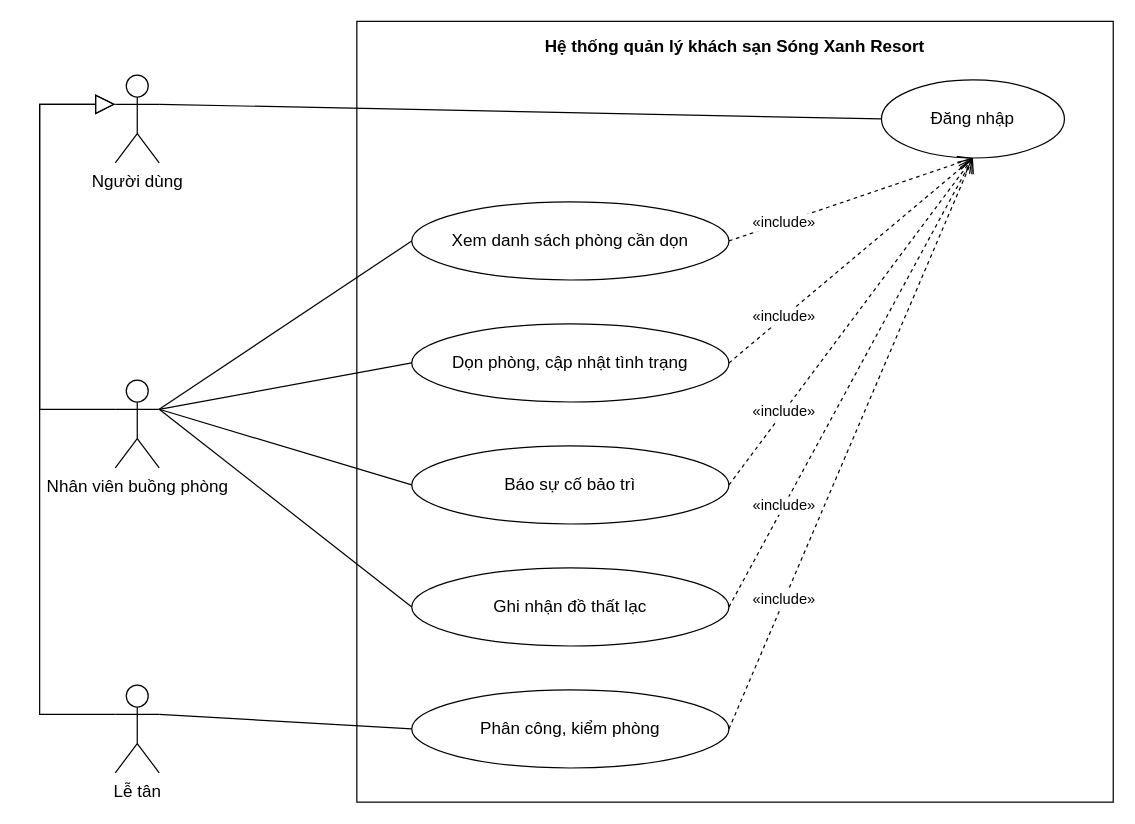
Above: docs/use-case/ucn3-buong-phong.drawio in ngynquchn2511/beach-hotel (draw.io), before the change. Source tidied: cells renumbered, new cells numbered last; positions are measured from the earlier drawing's top-left corner, leaving out a move shared by most shapes. Both pictures are drawn from the tidied source at 122%, with x=0, y=0 at pixel (39, 21).
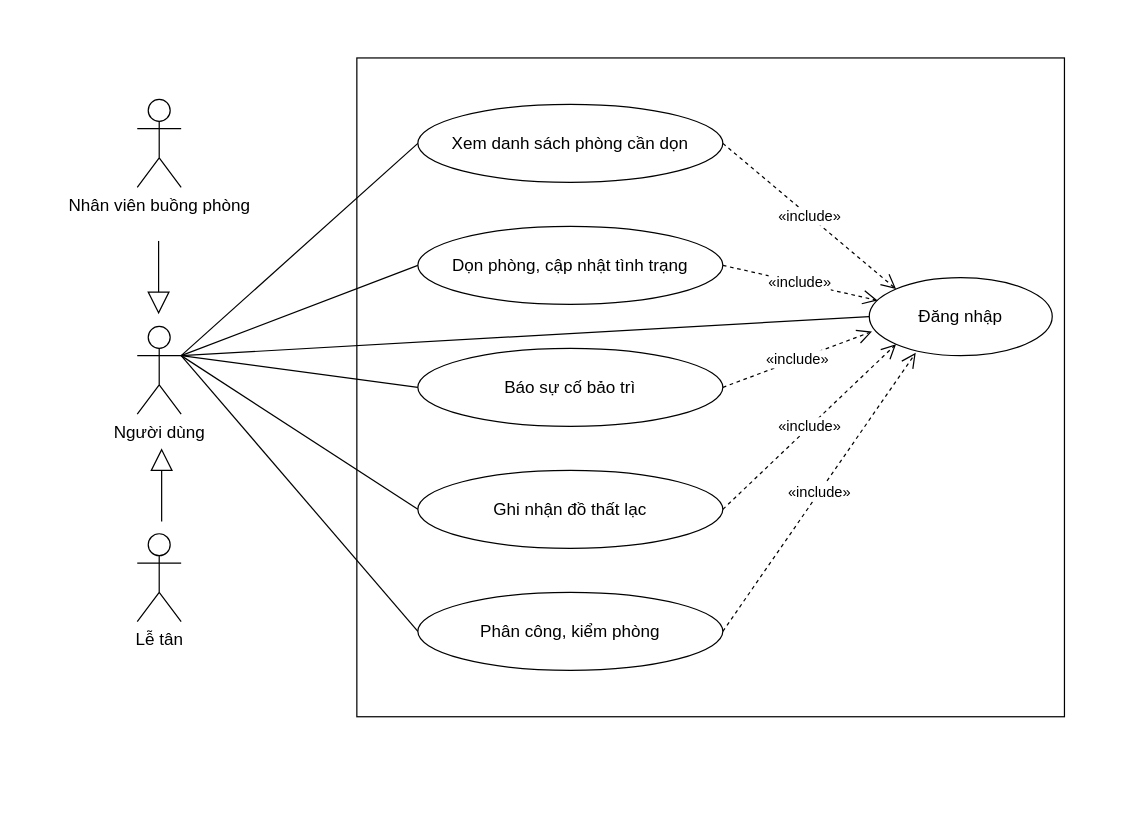
The same diagram, later.

Change to the diagram source:
```diff
@@
-    <mxCell id="2" value="Hệ thống quản lý khách sạn Sóng Xanh Resort" style="fontFamily=Arial;fontColor=#000000;rounded=0;whiteSpace=wrap;html=1;verticalAlign=top;fontStyle=1;fontSize=14;fillColor=none;strokeColor=#000000;spacingTop=6;" parent="1" vertex="1">
-      <mxGeometry x="260" width="620" height="640" as="geometry" />
+    <mxCell id="2" style="fontFamily=Arial;fontColor=#000000;rounded=0;whiteSpace=wrap;html=1;verticalAlign=top;fontStyle=1;fontSize=14;fillColor=none;strokeColor=#000000;spacingTop=6;" parent="1" vertex="1">
+      <mxGeometry x="260" y="30" width="580" height="540" as="geometry" />
     </mxCell>
     <mxCell id="3" value="Xem danh sách phòng cần dọn" style="fontFamily=Arial;fontColor=#000000;ellipse;whiteSpace=wrap;html=1;fillColor=#FFFFFF;strokeColor=#000000;fontSize=14;" parent="1" vertex="1">
-      <mxGeometry x="305" y="148" width="260" height="64" as="geometry" />
+      <mxGeometry x="310" y="68" width="250" height="64" as="geometry" />
     </mxCell>
     <mxCell id="4" value="Dọn phòng, cập nhật tình trạng" style="fontFamily=Arial;fontColor=#000000;ellipse;whiteSpace=wrap;html=1;fillColor=#FFFFFF;strokeColor=#000000;fontSize=14;" parent="1" vertex="1">
-      <mxGeometry x="305" y="248" width="260" height="64" as="geometry" />
+      <mxGeometry x="310" y="168" width="250" height="64" as="geometry" />
     </mxCell>
     <mxCell id="5" value="Báo sự cố bảo trì" style="fontFamily=Arial;fontColor=#000000;ellipse;whiteSpace=wrap;html=1;fillColor=#FFFFFF;strokeColor=#000000;fontSize=14;" parent="1" vertex="1">
-      <mxGeometry x="305" y="348" width="260" height="64" as="geometry" />
+      <mxGeometry x="310" y="268" width="250" height="64" as="geometry" />
     </mxCell>
     <mxCell id="6" value="Ghi nhận đồ thất lạc" style="fontFamily=Arial;fontColor=#000000;ellipse;whiteSpace=wrap;html=1;fillColor=#FFFFFF;strokeColor=#000000;fontSize=14;" parent="1" vertex="1">
-      <mxGeometry x="305" y="448" width="260" height="64" as="geometry" />
+      <mxGeometry x="310" y="368" width="250" height="64" as="geometry" />
     </mxCell>
     <mxCell id="7" value="Phân công, kiểm phòng" style="fontFamily=Arial;fontColor=#000000;ellipse;whiteSpace=wrap;html=1;fillColor=#FFFFFF;strokeColor=#000000;fontSize=14;" parent="1" vertex="1">
-      <mxGeometry x="305" y="548" width="260" height="64" as="geometry" />
+      <mxGeometry x="310" y="468" width="250" height="64" as="geometry" />
     </mxCell>
     <mxCell id="8" value="Đăng nhập" style="fontFamily=Arial;fontColor=#000000;ellipse;whiteSpace=wrap;html=1;fillColor=#FFFFFF;strokeColor=#000000;fontSize=14;" parent="1" vertex="1">
-      <mxGeometry x="690" y="48" width="150" height="64" as="geometry" />
+      <mxGeometry x="680" y="210" width="150" height="64" as="geometry" />
     </mxCell>
+    <mxCell id="25" value="«include»" style="fontFamily=Arial;fontColor=#000000;endArrow=open;endSize=10;dashed=1;html=1;strokeColor=#000000;rounded=0;fontSize=12;labelBackgroundColor=#FFFFFF;exitX=1;exitY=0.5;exitDx=0;exitDy=0;exitPerimeter=0;entryX=0;entryY=0;entryDx=0;entryDy=0;" parent="1" edge="1" source="3" target="8">
+      <mxGeometry relative="1" as="geometry" />
+    </mxCell>
     <mxCell id="9" value="Người dùng" style="fontFamily=Arial;fontColor=#000000;shape=umlActor;verticalLabelPosition=bottom;verticalAlign=top;html=1;outlineConnect=0;fillColor=#FFFFFF;strokeColor=#000000;fontSize=14;" parent="1" vertex="1">
-      <mxGeometry x="62" y="44" width="36" height="72" as="geometry" />
+      <mxGeometry x="80" y="250" width="36" height="72" as="geometry" />
     </mxCell>
-    <mxCell id="10" style="fontFamily=Arial;fontColor=#000000;endArrow=none;html=1;strokeColor=#000000;rounded=0;exitX=1;exitY=0.333;exitDx=0;exitDy=0;exitPerimeter=0;entryX=0;entryY=0.5;entryDx=0;entryDy=0;entryPerimeter=0;" parent="1" edge="1" source="9" target="8">
-      <mxGeometry relative="1" as="geometry" />
-    </mxCell>
-    <mxCell id="11" value="Nhân viên buồng phòng" style="fontFamily=Arial;fontColor=#000000;shape=umlActor;verticalLabelPosition=bottom;verticalAlign=top;html=1;outlineConnect=0;fillColor=#FFFFFF;strokeColor=#000000;fontSize=14;" parent="1" vertex="1">
-      <mxGeometry x="62" y="294" width="36" height="72" as="geometry" />
-    </mxCell>
     <mxCell id="12" value="Lễ tân" style="fontFamily=Arial;fontColor=#000000;shape=umlActor;verticalLabelPosition=bottom;verticalAlign=top;html=1;outlineConnect=0;fillColor=#FFFFFF;strokeColor=#000000;fontSize=14;" parent="1" vertex="1">
-      <mxGeometry x="62" y="544" width="36" height="72" as="geometry" />
+      <mxGeometry x="80" y="420" width="36" height="72" as="geometry" />
     </mxCell>
-    <mxCell id="13" style="fontFamily=Arial;fontColor=#000000;endArrow=none;html=1;strokeColor=#000000;rounded=0;exitX=1;exitY=0.333;exitDx=0;exitDy=0;exitPerimeter=0;entryX=0;entryY=0.5;entryDx=0;entryDy=0;entryPerimeter=0;" parent="1" edge="1" source="11" target="3">
-      <mxGeometry relative="1" as="geometry" />
-    </mxCell>
-    <mxCell id="14" style="fontFamily=Arial;fontColor=#000000;endArrow=none;html=1;strokeColor=#000000;rounded=0;exitX=1;exitY=0.333;exitDx=0;exitDy=0;exitPerimeter=0;entryX=0;entryY=0.5;entryDx=0;entryDy=0;entryPerimeter=0;" parent="1" edge="1" source="11" target="4">
-      <mxGeometry relative="1" as="geometry" />
-    </mxCell>
-    <mxCell id="15" style="fontFamily=Arial;fontColor=#000000;endArrow=none;html=1;strokeColor=#000000;rounded=0;exitX=1;exitY=0.333;exitDx=0;exitDy=0;exitPerimeter=0;entryX=0;entryY=0.5;entryDx=0;entryDy=0;entryPerimeter=0;" parent="1" edge="1" source="11" target="5">
-      <mxGeometry relative="1" as="geometry" />
-    </mxCell>
-    <mxCell id="16" style="fontFamily=Arial;fontColor=#000000;endArrow=none;html=1;strokeColor=#000000;rounded=0;exitX=1;exitY=0.333;exitDx=0;exitDy=0;exitPerimeter=0;entryX=0;entryY=0.5;entryDx=0;entryDy=0;entryPerimeter=0;" parent="1" edge="1" source="11" target="6">
-      <mxGeometry relative="1" as="geometry" />
-    </mxCell>
-    <mxCell id="17" style="fontFamily=Arial;fontColor=#000000;endArrow=none;html=1;strokeColor=#000000;rounded=0;exitX=1;exitY=0.333;exitDx=0;exitDy=0;exitPerimeter=0;entryX=0;entryY=0.5;entryDx=0;entryDy=0;entryPerimeter=0;" parent="1" edge="1" source="12" target="7">
+    <mxCell id="17" style="fontFamily=Arial;fontColor=#000000;endArrow=none;html=1;strokeColor=#000000;rounded=0;entryX=0;entryY=0.5;entryDx=0;entryDy=0;exitX=1;exitY=0.3333333333333333;exitDx=0;exitDy=0;exitPerimeter=0;" parent="1" edge="1" source="9" target="3">
       <mxGeometry relative="1" as="geometry" />
     </mxCell>
-    <mxCell id="18" style="fontFamily=Arial;fontColor=#000000;endArrow=block;endSize=14;endFill=0;html=1;strokeColor=#000000;rounded=0;exitX=0;exitY=0.333;exitDx=0;exitDy=0;exitPerimeter=0;entryX=0;entryY=0.333;entryDx=0;entryDy=0;entryPerimeter=0;" parent="1" edge="1" source="11" target="9">
-      <mxGeometry relative="1" as="geometry">
-        <Array as="points">
-          <mxPoint y="318" />
-          <mxPoint y="68" />
-        </Array>
-      </mxGeometry>
+    <mxCell id="18" style="fontFamily=Arial;fontColor=#000000;endArrow=none;html=1;strokeColor=#000000;rounded=0;entryX=0;entryY=0.5;entryDx=0;entryDy=0;exitX=1;exitY=0.3333333333333333;exitDx=0;exitDy=0;exitPerimeter=0;" parent="1" edge="1" source="9" target="4">
+      <mxGeometry relative="1" as="geometry" />
     </mxCell>
-    <mxCell id="19" style="fontFamily=Arial;fontColor=#000000;endArrow=block;endSize=14;endFill=0;html=1;strokeColor=#000000;rounded=0;exitX=0;exitY=0.333;exitDx=0;exitDy=0;exitPerimeter=0;entryX=0;entryY=0.333;entryDx=0;entryDy=0;entryPerimeter=0;" parent="1" edge="1" source="12" target="9">
-      <mxGeometry relative="1" as="geometry">
-        <Array as="points">
-          <mxPoint y="568" />
-          <mxPoint y="68" />
-        </Array>
-      </mxGeometry>
+    <mxCell id="19" style="fontFamily=Arial;fontColor=#000000;endArrow=none;html=1;strokeColor=#000000;rounded=0;entryX=0;entryY=0.5;entryDx=0;entryDy=0;exitX=1;exitY=0.3333333333333333;exitDx=0;exitDy=0;exitPerimeter=0;" parent="1" edge="1" source="9" target="5">
+      <mxGeometry relative="1" as="geometry" />
     </mxCell>
-    <mxCell id="20" value="«include»" style="fontFamily=Arial;fontColor=#000000;endArrow=open;endSize=10;dashed=1;html=1;strokeColor=#000000;rounded=0;fontSize=12;labelBackgroundColor=#FFFFFF;exitX=1;exitY=0.5;exitDx=0;exitDy=0;exitPerimeter=0;entryX=0.5;entryY=1;entryDx=0;entryDy=0;entryPerimeter=0;" parent="1" edge="1" source="3" target="8">
-      <mxGeometry x="-0.55" relative="1" as="geometry" />
+    <mxCell id="20" style="fontFamily=Arial;fontColor=#000000;endArrow=none;html=1;strokeColor=#000000;rounded=0;entryX=0;entryY=0.5;entryDx=0;entryDy=0;exitX=1;exitY=0.3333333333333333;exitDx=0;exitDy=0;exitPerimeter=0;" parent="1" edge="1" source="9" target="6">
+      <mxGeometry relative="1" as="geometry" />
     </mxCell>
-    <mxCell id="21" value="«include»" style="fontFamily=Arial;fontColor=#000000;endArrow=open;endSize=10;dashed=1;html=1;strokeColor=#000000;rounded=0;fontSize=12;labelBackgroundColor=#FFFFFF;exitX=1;exitY=0.5;exitDx=0;exitDy=0;exitPerimeter=0;entryX=0.5;entryY=1;entryDx=0;entryDy=0;entryPerimeter=0;" parent="1" edge="1" source="4" target="8">
-      <mxGeometry x="-0.55" relative="1" as="geometry" />
+    <mxCell id="21" value="«include»" style="fontFamily=Arial;fontColor=#000000;endArrow=open;endSize=10;dashed=1;html=1;strokeColor=#000000;rounded=0;fontSize=12;labelBackgroundColor=#FFFFFF;exitX=1;exitY=0.5;exitDx=0;exitDy=0;entryX=0.046;entryY=0.294;entryDx=0;entryDy=0;entryPerimeter=0;" parent="1" edge="1" source="4" target="8">
+      <mxGeometry relative="1" as="geometry" />
     </mxCell>
-    <mxCell id="22" value="«include»" style="fontFamily=Arial;fontColor=#000000;endArrow=open;endSize=10;dashed=1;html=1;strokeColor=#000000;rounded=0;fontSize=12;labelBackgroundColor=#FFFFFF;exitX=1;exitY=0.5;exitDx=0;exitDy=0;exitPerimeter=0;entryX=0.5;entryY=1;entryDx=0;entryDy=0;entryPerimeter=0;" parent="1" edge="1" source="5" target="8">
-      <mxGeometry x="-0.55" relative="1" as="geometry" />
+    <mxCell id="22" value="«include»" style="fontFamily=Arial;fontColor=#000000;endArrow=open;endSize=10;dashed=1;html=1;strokeColor=#000000;rounded=0;fontSize=12;labelBackgroundColor=#FFFFFF;exitX=1;exitY=0.5;exitDx=0;exitDy=0;entryX=0.015;entryY=0.692;entryDx=0;entryDy=0;entryPerimeter=0;" parent="1" edge="1" source="5" target="8">
+      <mxGeometry relative="1" as="geometry" />
     </mxCell>
-    <mxCell id="23" value="«include»" style="fontFamily=Arial;fontColor=#000000;endArrow=open;endSize=10;dashed=1;html=1;strokeColor=#000000;rounded=0;fontSize=12;labelBackgroundColor=#FFFFFF;exitX=1;exitY=0.5;exitDx=0;exitDy=0;exitPerimeter=0;entryX=0.5;entryY=1;entryDx=0;entryDy=0;entryPerimeter=0;" parent="1" edge="1" source="6" target="8">
-      <mxGeometry x="-0.55" relative="1" as="geometry" />
+    <mxCell id="23" value="«include»" style="fontFamily=Arial;fontColor=#000000;endArrow=open;endSize=10;dashed=1;html=1;strokeColor=#000000;rounded=0;fontSize=12;labelBackgroundColor=#FFFFFF;exitX=1;exitY=0.5;exitDx=0;exitDy=0;entryX=0;entryY=1;entryDx=0;entryDy=0;" parent="1" edge="1" source="6" target="8">
+      <mxGeometry relative="1" as="geometry" />
     </mxCell>
-    <mxCell id="24" value="«include»" style="fontFamily=Arial;fontColor=#000000;endArrow=open;endSize=10;dashed=1;html=1;strokeColor=#000000;rounded=0;fontSize=12;labelBackgroundColor=#FFFFFF;exitX=1;exitY=0.5;exitDx=0;exitDy=0;exitPerimeter=0;entryX=0.5;entryY=1;entryDx=0;entryDy=0;entryPerimeter=0;" parent="1" edge="1" source="7" target="8">
-      <mxGeometry x="-0.55" relative="1" as="geometry" />
+    <mxCell id="24" value="«include»" style="fontFamily=Arial;fontColor=#000000;endArrow=open;endSize=10;dashed=1;html=1;strokeColor=#000000;rounded=0;fontSize=12;labelBackgroundColor=#FFFFFF;exitX=1;exitY=0.5;exitDx=0;exitDy=0;entryX=0.254;entryY=0.964;entryDx=0;entryDy=0;entryPerimeter=0;" parent="1" edge="1" source="7" target="8">
+      <mxGeometry relative="1" as="geometry" />
     </mxCell>
+    <mxCell id="26" value=" " style="endArrow=block;endSize=16;endFill=0;html=1;rounded=0;" parent="1" edge="1">
+      <mxGeometry relative="1" as="geometry">
+        <mxPoint x="100" y="410" as="sourcePoint" />
+        <mxPoint x="100" y="350" as="targetPoint" />
+      </mxGeometry>
+    </mxCell>
+    <mxCell id="11" value="Nhân viên buồng phòng" style="fontFamily=Arial;fontColor=#000000;shape=umlActor;verticalLabelPosition=bottom;verticalAlign=top;html=1;outlineConnect=0;fillColor=#FFFFFF;strokeColor=#000000;fontSize=14;" parent="1" vertex="1">
+      <mxGeometry x="80" y="64" width="36" height="72" as="geometry" />
+    </mxCell>
+    <mxCell id="27" value=" " style="endArrow=block;endSize=16;endFill=0;html=1;rounded=0;" parent="1" edge="1">
+      <mxGeometry relative="1" as="geometry">
+        <mxPoint x="97.5" y="180" as="sourcePoint" />
+        <mxPoint x="97.5" y="240" as="targetPoint" />
+      </mxGeometry>
+    </mxCell>
+    <mxCell id="28" style="fontFamily=Arial;fontColor=#000000;endArrow=none;html=1;strokeColor=#000000;rounded=0;entryX=0;entryY=0.5;entryDx=0;entryDy=0;exitX=1;exitY=0.3333333333333333;exitDx=0;exitDy=0;exitPerimeter=0;" parent="1" edge="1" source="9" target="7">
+      <mxGeometry relative="1" as="geometry" />
+    </mxCell>
+    <mxCell id="10" style="fontFamily=Arial;fontColor=#000000;endArrow=none;html=1;strokeColor=#000000;rounded=0;entryX=0;entryY=0.5;entryDx=0;entryDy=0;exitX=1;exitY=0.3333333333333333;exitDx=0;exitDy=0;exitPerimeter=0;" parent="1" edge="1" source="9" target="8">
+      <mxGeometry relative="1" as="geometry" />
+    </mxCell>
```
